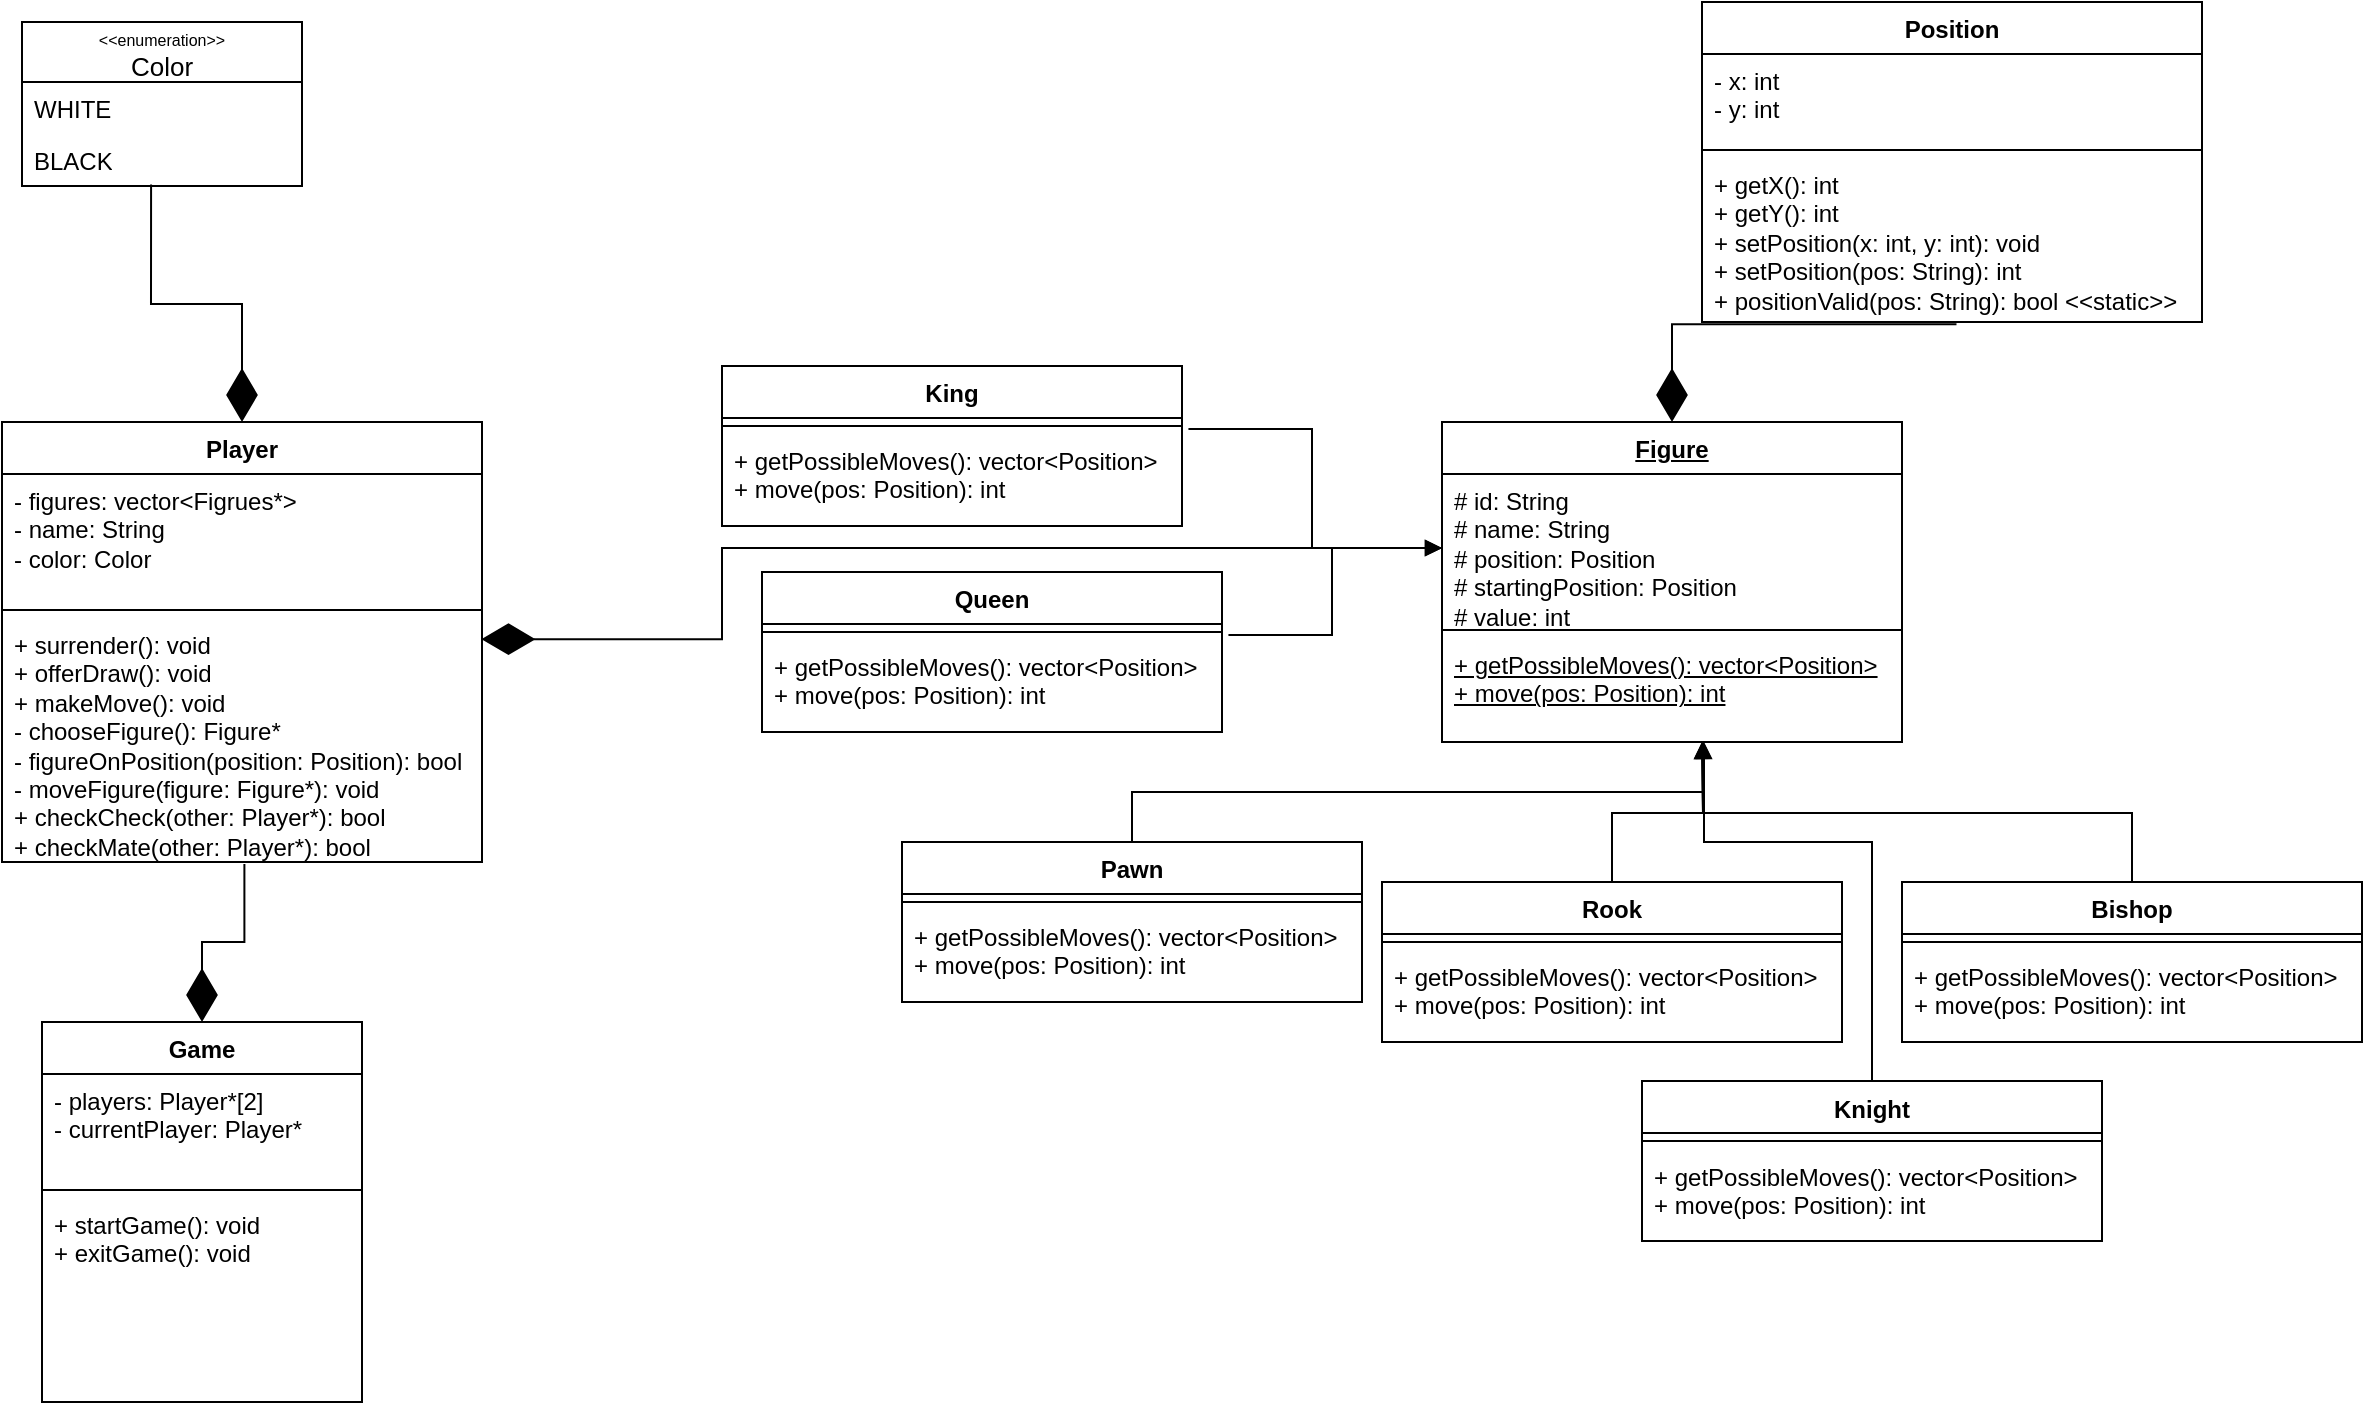
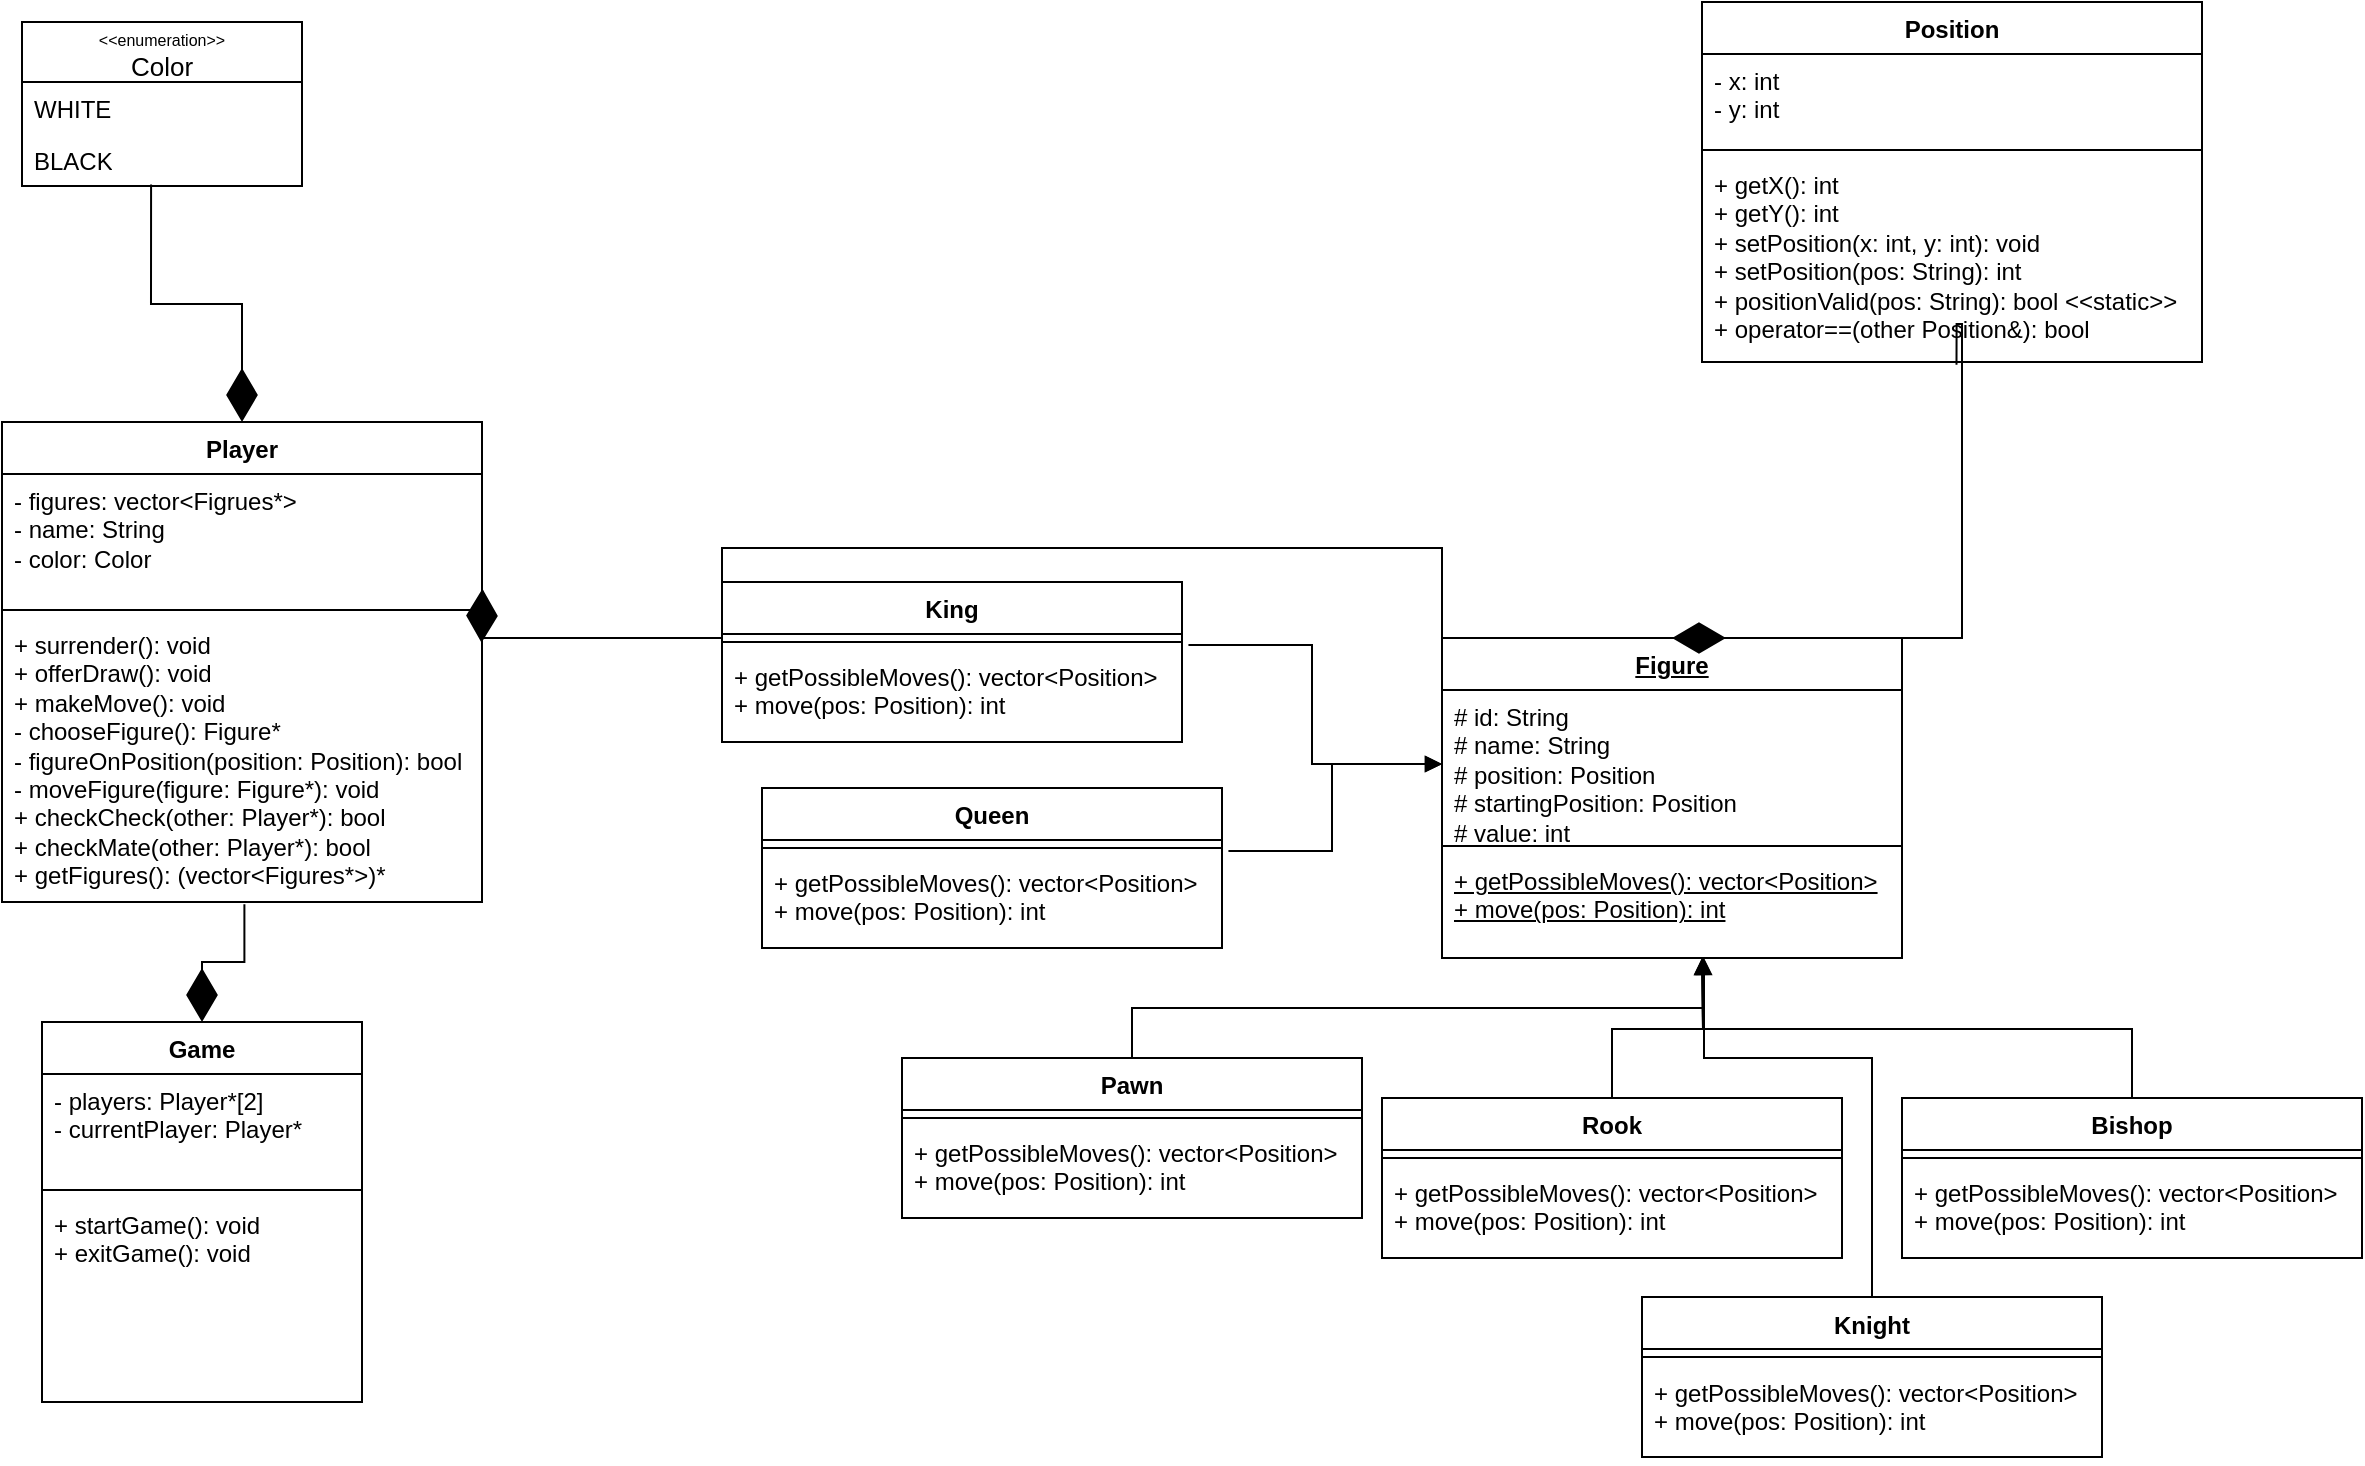
<mxfile host="65bd71144e">
    <diagram name="Seite-1" id="nCow4XG2NqhJep9-Rvd6">
-         <mxGraphModel dx="1264" dy="449" grid="1" gridSize="10" guides="1" tooltips="1" connect="1" arrows="1" fold="1" page="1" pageScale="1" pageWidth="827" pageHeight="1169" math="0" shadow="0">
+         <mxGraphModel dx="1329" dy="516" grid="1" gridSize="10" guides="1" tooltips="1" connect="1" arrows="1" fold="1" page="1" pageScale="1" pageWidth="827" pageHeight="1169" math="0" shadow="0">
            <root>
                <mxCell id="0"/>
                <mxCell id="1" parent="0"/>
                <mxCell id="5yh52Qz2J6MoKP-sfoyT-1" value="&lt;u&gt;Figure&lt;/u&gt;" style="swimlane;fontStyle=1;align=center;verticalAlign=top;childLayout=stackLayout;horizontal=1;startSize=26;horizontalStack=0;resizeParent=1;resizeParentMax=0;resizeLast=0;collapsible=1;marginBottom=0;whiteSpace=wrap;html=1;" parent="1" vertex="1">
-                     <mxGeometry x="320" y="210" width="230" height="160" as="geometry">
+                     <mxGeometry x="320" y="318" width="230" height="160" as="geometry">
                        <mxRectangle x="320" y="210" width="70" height="30" as="alternateBounds"/>
                    </mxGeometry>
                </mxCell>
                <mxCell id="5yh52Qz2J6MoKP-sfoyT-2" value="# id: String&lt;div&gt;# name: String&lt;/div&gt;&lt;div&gt;# position: Position&lt;/div&gt;&lt;div&gt;# startingPosition: Position&lt;/div&gt;&lt;div&gt;# value: int&lt;/div&gt;" style="text;strokeColor=none;fillColor=none;align=left;verticalAlign=top;spacingLeft=4;spacingRight=4;overflow=hidden;rotatable=0;points=[[0,0.5],[1,0.5]];portConstraint=eastwest;whiteSpace=wrap;html=1;" parent="5yh52Qz2J6MoKP-sfoyT-1" vertex="1">
                    <mxGeometry y="26" width="230" height="74" as="geometry"/>
                </mxCell>
                <mxCell id="5yh52Qz2J6MoKP-sfoyT-3" value="" style="line;strokeWidth=1;fillColor=none;align=left;verticalAlign=middle;spacingTop=-1;spacingLeft=3;spacingRight=3;rotatable=0;labelPosition=right;points=[];portConstraint=eastwest;strokeColor=inherit;" parent="5yh52Qz2J6MoKP-sfoyT-1" vertex="1">
                    <mxGeometry y="100" width="230" height="8" as="geometry"/>
                </mxCell>
                <mxCell id="5yh52Qz2J6MoKP-sfoyT-4" value="&lt;u&gt;+ getPossibleMoves(): vector&amp;lt;Position&amp;gt;&lt;/u&gt;&lt;div&gt;&lt;div&gt;&lt;u&gt;+ move(pos: Position): int&lt;/u&gt;&lt;/div&gt;&lt;/div&gt;" style="text;strokeColor=none;fillColor=none;align=left;verticalAlign=top;spacingLeft=4;spacingRight=4;overflow=hidden;rotatable=0;points=[[0,0.5],[1,0.5]];portConstraint=eastwest;whiteSpace=wrap;html=1;" parent="5yh52Qz2J6MoKP-sfoyT-1" vertex="1">
                    <mxGeometry y="108" width="230" height="52" as="geometry"/>
                </mxCell>
                <mxCell id="5yh52Qz2J6MoKP-sfoyT-7" value="Position" style="swimlane;fontStyle=1;align=center;verticalAlign=top;childLayout=stackLayout;horizontal=1;startSize=26;horizontalStack=0;resizeParent=1;resizeParentMax=0;resizeLast=0;collapsible=1;marginBottom=0;whiteSpace=wrap;html=1;" parent="1" vertex="1">
-                     <mxGeometry x="450" width="250" height="160" as="geometry"/>
+                     <mxGeometry x="450" width="250" height="180" as="geometry"/>
                </mxCell>
                <mxCell id="5yh52Qz2J6MoKP-sfoyT-8" value="- x: int&lt;div&gt;- y: int&lt;/div&gt;" style="text;strokeColor=none;fillColor=none;align=left;verticalAlign=top;spacingLeft=4;spacingRight=4;overflow=hidden;rotatable=0;points=[[0,0.5],[1,0.5]];portConstraint=eastwest;whiteSpace=wrap;html=1;" parent="5yh52Qz2J6MoKP-sfoyT-7" vertex="1">
                    <mxGeometry y="26" width="250" height="44" as="geometry"/>
                </mxCell>
                <mxCell id="5yh52Qz2J6MoKP-sfoyT-9" value="" style="line;strokeWidth=1;fillColor=none;align=left;verticalAlign=middle;spacingTop=-1;spacingLeft=3;spacingRight=3;rotatable=0;labelPosition=right;points=[];portConstraint=eastwest;strokeColor=inherit;" parent="5yh52Qz2J6MoKP-sfoyT-7" vertex="1">
                    <mxGeometry y="70" width="250" height="8" as="geometry"/>
                </mxCell>
-                 <mxCell id="5yh52Qz2J6MoKP-sfoyT-10" value="+ getX(): int&lt;div&gt;+ getY(): int&lt;/div&gt;&lt;div&gt;+ setPosition(x: int, y: int): void&lt;/div&gt;&lt;div&gt;+ setPosition(pos: String): int&lt;/div&gt;&lt;div&gt;+ positionValid(pos: String): bool &amp;lt;&amp;lt;static&amp;gt;&amp;gt;&lt;/div&gt;" style="text;strokeColor=none;fillColor=none;align=left;verticalAlign=top;spacingLeft=4;spacingRight=4;overflow=hidden;rotatable=0;points=[[0,0.5],[1,0.5]];portConstraint=eastwest;whiteSpace=wrap;html=1;" parent="5yh52Qz2J6MoKP-sfoyT-7" vertex="1">
-                     <mxGeometry y="78" width="250" height="82" as="geometry"/>
+                 <mxCell id="5yh52Qz2J6MoKP-sfoyT-10" value="+ getX(): int&lt;div&gt;+ getY(): int&lt;/div&gt;&lt;div&gt;+ setPosition(x: int, y: int): void&lt;/div&gt;&lt;div&gt;+ setPosition(pos: String): int&lt;/div&gt;&lt;div&gt;+ positionValid(pos: String): bool &amp;lt;&amp;lt;static&amp;gt;&amp;gt;&lt;/div&gt;&lt;div&gt;+ operator==(other Position&amp;amp;): bool&lt;/div&gt;" style="text;strokeColor=none;fillColor=none;align=left;verticalAlign=top;spacingLeft=4;spacingRight=4;overflow=hidden;rotatable=0;points=[[0,0.5],[1,0.5]];portConstraint=eastwest;whiteSpace=wrap;html=1;" parent="5yh52Qz2J6MoKP-sfoyT-7" vertex="1">
+                     <mxGeometry y="78" width="250" height="102" as="geometry"/>
                </mxCell>
                <mxCell id="5yh52Qz2J6MoKP-sfoyT-13" value="" style="endArrow=diamondThin;endFill=1;endSize=24;html=1;rounded=0;entryX=0.5;entryY=0;entryDx=0;entryDy=0;exitX=0.509;exitY=1.014;exitDx=0;exitDy=0;exitPerimeter=0;edgeStyle=orthogonalEdgeStyle;" parent="1" source="5yh52Qz2J6MoKP-sfoyT-10" target="5yh52Qz2J6MoKP-sfoyT-1" edge="1">
                    <mxGeometry width="160" relative="1" as="geometry">
                        <mxPoint x="450" y="130" as="sourcePoint"/>
                        <mxPoint x="560" y="200" as="targetPoint"/>
+                         <Array as="points">
+                             <mxPoint x="580" y="161"/>
+                             <mxPoint x="580" y="318"/>
+                         </Array>
                    </mxGeometry>
                </mxCell>
                <mxCell id="5yh52Qz2J6MoKP-sfoyT-14" value="Pawn" style="swimlane;fontStyle=1;align=center;verticalAlign=top;childLayout=stackLayout;horizontal=1;startSize=26;horizontalStack=0;resizeParent=1;resizeParentMax=0;resizeLast=0;collapsible=1;marginBottom=0;whiteSpace=wrap;html=1;" parent="1" vertex="1">
-                     <mxGeometry x="50" y="420" width="230" height="80" as="geometry"/>
+                     <mxGeometry x="50" y="528" width="230" height="80" as="geometry"/>
                </mxCell>
                <mxCell id="5yh52Qz2J6MoKP-sfoyT-16" value="" style="line;strokeWidth=1;fillColor=none;align=left;verticalAlign=middle;spacingTop=-1;spacingLeft=3;spacingRight=3;rotatable=0;labelPosition=right;points=[];portConstraint=eastwest;strokeColor=inherit;" parent="5yh52Qz2J6MoKP-sfoyT-14" vertex="1">
                    <mxGeometry y="26" width="230" height="8" as="geometry"/>
                </mxCell>
                <mxCell id="5yh52Qz2J6MoKP-sfoyT-17" value="+ getPossibleMoves(): vector&amp;lt;Position&amp;gt;&lt;div&gt;+ move(pos: Position): int&lt;/div&gt;" style="text;strokeColor=none;fillColor=none;align=left;verticalAlign=top;spacingLeft=4;spacingRight=4;overflow=hidden;rotatable=0;points=[[0,0.5],[1,0.5]];portConstraint=eastwest;whiteSpace=wrap;html=1;" parent="5yh52Qz2J6MoKP-sfoyT-14" vertex="1">
                    <mxGeometry y="34" width="230" height="46" as="geometry"/>
                </mxCell>
                <mxCell id="5yh52Qz2J6MoKP-sfoyT-18" value="" style="endArrow=block;endFill=1;html=1;edgeStyle=orthogonalEdgeStyle;align=left;verticalAlign=top;rounded=0;exitX=0.5;exitY=0;exitDx=0;exitDy=0;entryX=0.568;entryY=0.995;entryDx=0;entryDy=0;entryPerimeter=0;" parent="1" source="5yh52Qz2J6MoKP-sfoyT-14" target="5yh52Qz2J6MoKP-sfoyT-4" edge="1">
                    <mxGeometry x="-1" relative="1" as="geometry">
                        <mxPoint as="offset"/>
-                         <mxPoint x="190" y="430" as="sourcePoint"/>
-                         <mxPoint x="350" y="430" as="targetPoint"/>
+                         <mxPoint x="190" y="538" as="sourcePoint"/>
+                         <mxPoint x="350" y="538" as="targetPoint"/>
                    </mxGeometry>
                </mxCell>
                <mxCell id="5yh52Qz2J6MoKP-sfoyT-20" value="Rook" style="swimlane;fontStyle=1;align=center;verticalAlign=top;childLayout=stackLayout;horizontal=1;startSize=26;horizontalStack=0;resizeParent=1;resizeParentMax=0;resizeLast=0;collapsible=1;marginBottom=0;whiteSpace=wrap;html=1;" parent="1" vertex="1">
-                     <mxGeometry x="290" y="440" width="230" height="80" as="geometry"/>
+                     <mxGeometry x="290" y="548" width="230" height="80" as="geometry"/>
                </mxCell>
                <mxCell id="5yh52Qz2J6MoKP-sfoyT-21" value="" style="line;strokeWidth=1;fillColor=none;align=left;verticalAlign=middle;spacingTop=-1;spacingLeft=3;spacingRight=3;rotatable=0;labelPosition=right;points=[];portConstraint=eastwest;strokeColor=inherit;" parent="5yh52Qz2J6MoKP-sfoyT-20" vertex="1">
                    <mxGeometry y="26" width="230" height="8" as="geometry"/>
                </mxCell>
                <mxCell id="5yh52Qz2J6MoKP-sfoyT-22" value="+ getPossibleMoves(): vector&amp;lt;Position&amp;gt;&lt;div&gt;+ move(pos: Position): int&lt;/div&gt;" style="text;strokeColor=none;fillColor=none;align=left;verticalAlign=top;spacingLeft=4;spacingRight=4;overflow=hidden;rotatable=0;points=[[0,0.5],[1,0.5]];portConstraint=eastwest;whiteSpace=wrap;html=1;" parent="5yh52Qz2J6MoKP-sfoyT-20" vertex="1">
                    <mxGeometry y="34" width="230" height="46" as="geometry"/>
                </mxCell>
                <mxCell id="5yh52Qz2J6MoKP-sfoyT-23" value="" style="endArrow=block;endFill=1;html=1;edgeStyle=orthogonalEdgeStyle;align=left;verticalAlign=top;rounded=0;exitX=0.5;exitY=0;exitDx=0;exitDy=0;" parent="1" source="5yh52Qz2J6MoKP-sfoyT-20" edge="1">
                    <mxGeometry x="-1" relative="1" as="geometry">
                        <mxPoint as="offset"/>
-                         <mxPoint x="420" y="515" as="sourcePoint"/>
-                         <mxPoint x="450" y="370" as="targetPoint"/>
+                         <mxPoint x="420" y="623" as="sourcePoint"/>
+                         <mxPoint x="450" y="478" as="targetPoint"/>
                    </mxGeometry>
                </mxCell>
                <mxCell id="5yh52Qz2J6MoKP-sfoyT-24" value="Bishop" style="swimlane;fontStyle=1;align=center;verticalAlign=top;childLayout=stackLayout;horizontal=1;startSize=26;horizontalStack=0;resizeParent=1;resizeParentMax=0;resizeLast=0;collapsible=1;marginBottom=0;whiteSpace=wrap;html=1;" parent="1" vertex="1">
-                     <mxGeometry x="550" y="440" width="230" height="80" as="geometry"/>
+                     <mxGeometry x="550" y="548" width="230" height="80" as="geometry"/>
                </mxCell>
                <mxCell id="5yh52Qz2J6MoKP-sfoyT-25" value="" style="line;strokeWidth=1;fillColor=none;align=left;verticalAlign=middle;spacingTop=-1;spacingLeft=3;spacingRight=3;rotatable=0;labelPosition=right;points=[];portConstraint=eastwest;strokeColor=inherit;" parent="5yh52Qz2J6MoKP-sfoyT-24" vertex="1">
                    <mxGeometry y="26" width="230" height="8" as="geometry"/>
                </mxCell>
                <mxCell id="5yh52Qz2J6MoKP-sfoyT-26" value="+ getPossibleMoves(): vector&amp;lt;Position&amp;gt;&lt;div&gt;+ move(pos: Position): int&lt;/div&gt;" style="text;strokeColor=none;fillColor=none;align=left;verticalAlign=top;spacingLeft=4;spacingRight=4;overflow=hidden;rotatable=0;points=[[0,0.5],[1,0.5]];portConstraint=eastwest;whiteSpace=wrap;html=1;" parent="5yh52Qz2J6MoKP-sfoyT-24" vertex="1">
                    <mxGeometry y="34" width="230" height="46" as="geometry"/>
                </mxCell>
                <mxCell id="5yh52Qz2J6MoKP-sfoyT-27" value="" style="endArrow=block;endFill=1;html=1;edgeStyle=orthogonalEdgeStyle;align=left;verticalAlign=top;rounded=0;exitX=0.5;exitY=0;exitDx=0;exitDy=0;" parent="1" source="5yh52Qz2J6MoKP-sfoyT-24" edge="1">
                    <mxGeometry x="-1" relative="1" as="geometry">
                        <mxPoint as="offset"/>
-                         <mxPoint x="570" y="615" as="sourcePoint"/>
-                         <mxPoint x="450" y="370" as="targetPoint"/>
+                         <mxPoint x="570" y="723" as="sourcePoint"/>
+                         <mxPoint x="450" y="478" as="targetPoint"/>
                    </mxGeometry>
                </mxCell>
                <mxCell id="5yh52Qz2J6MoKP-sfoyT-28" value="Knight" style="swimlane;fontStyle=1;align=center;verticalAlign=top;childLayout=stackLayout;horizontal=1;startSize=26;horizontalStack=0;resizeParent=1;resizeParentMax=0;resizeLast=0;collapsible=1;marginBottom=0;whiteSpace=wrap;html=1;" parent="1" vertex="1">
-                     <mxGeometry x="420" y="539.5500000000001" width="230" height="80" as="geometry"/>
+                     <mxGeometry x="420" y="647.5500000000001" width="230" height="80" as="geometry"/>
                </mxCell>
                <mxCell id="5yh52Qz2J6MoKP-sfoyT-29" value="" style="line;strokeWidth=1;fillColor=none;align=left;verticalAlign=middle;spacingTop=-1;spacingLeft=3;spacingRight=3;rotatable=0;labelPosition=right;points=[];portConstraint=eastwest;strokeColor=inherit;" parent="5yh52Qz2J6MoKP-sfoyT-28" vertex="1">
                    <mxGeometry y="26" width="230" height="8" as="geometry"/>
                </mxCell>
                <mxCell id="5yh52Qz2J6MoKP-sfoyT-30" value="+ getPossibleMoves(): vector&amp;lt;Position&amp;gt;&lt;div&gt;+ move(pos: Position): int&lt;/div&gt;" style="text;strokeColor=none;fillColor=none;align=left;verticalAlign=top;spacingLeft=4;spacingRight=4;overflow=hidden;rotatable=0;points=[[0,0.5],[1,0.5]];portConstraint=eastwest;whiteSpace=wrap;html=1;" parent="5yh52Qz2J6MoKP-sfoyT-28" vertex="1">
                    <mxGeometry y="34" width="230" height="46" as="geometry"/>
                </mxCell>
                <mxCell id="5yh52Qz2J6MoKP-sfoyT-32" value="" style="endArrow=block;endFill=1;html=1;edgeStyle=orthogonalEdgeStyle;align=left;verticalAlign=top;rounded=0;exitX=0.5;exitY=0;exitDx=0;exitDy=0;" parent="1" source="5yh52Qz2J6MoKP-sfoyT-28" edge="1">
                    <mxGeometry x="-1" relative="1" as="geometry">
                        <Array as="points">
-                             <mxPoint x="535" y="420"/>
-                             <mxPoint x="451" y="420"/>
-                         </Array>
-                         <mxPoint x="420" y="520" as="sourcePoint"/>
-                         <mxPoint x="451" y="370" as="targetPoint"/>
+                             <mxPoint x="535" y="528"/>
+                             <mxPoint x="451" y="528"/>
+                         </Array>
+                         <mxPoint x="420" y="628" as="sourcePoint"/>
+                         <mxPoint x="451" y="478" as="targetPoint"/>
                    </mxGeometry>
                </mxCell>
                <mxCell id="5yh52Qz2J6MoKP-sfoyT-34" value="Queen" style="swimlane;fontStyle=1;align=center;verticalAlign=top;childLayout=stackLayout;horizontal=1;startSize=26;horizontalStack=0;resizeParent=1;resizeParentMax=0;resizeLast=0;collapsible=1;marginBottom=0;whiteSpace=wrap;html=1;" parent="1" vertex="1">
-                     <mxGeometry x="-20" y="285" width="230" height="80" as="geometry"/>
+                     <mxGeometry x="-20" y="393" width="230" height="80" as="geometry"/>
                </mxCell>
                <mxCell id="5yh52Qz2J6MoKP-sfoyT-35" value="" style="line;strokeWidth=1;fillColor=none;align=left;verticalAlign=middle;spacingTop=-1;spacingLeft=3;spacingRight=3;rotatable=0;labelPosition=right;points=[];portConstraint=eastwest;strokeColor=inherit;" parent="5yh52Qz2J6MoKP-sfoyT-34" vertex="1">
                    <mxGeometry y="26" width="230" height="8" as="geometry"/>
                </mxCell>
                <mxCell id="5yh52Qz2J6MoKP-sfoyT-36" value="+ getPossibleMoves(): vector&amp;lt;Position&amp;gt;&lt;div&gt;+ move(pos: Position): int&lt;/div&gt;" style="text;strokeColor=none;fillColor=none;align=left;verticalAlign=top;spacingLeft=4;spacingRight=4;overflow=hidden;rotatable=0;points=[[0,0.5],[1,0.5]];portConstraint=eastwest;whiteSpace=wrap;html=1;" parent="5yh52Qz2J6MoKP-sfoyT-34" vertex="1">
                    <mxGeometry y="34" width="230" height="46" as="geometry"/>
                </mxCell>
                <mxCell id="5yh52Qz2J6MoKP-sfoyT-37" value="" style="endArrow=block;endFill=1;html=1;edgeStyle=orthogonalEdgeStyle;align=left;verticalAlign=top;rounded=0;exitX=1.014;exitY=-0.054;exitDx=0;exitDy=0;entryX=0;entryY=0.5;entryDx=0;entryDy=0;exitPerimeter=0;" parent="1" source="5yh52Qz2J6MoKP-sfoyT-36" target="5yh52Qz2J6MoKP-sfoyT-2" edge="1">
                    <mxGeometry x="-1" relative="1" as="geometry">
                        <mxPoint as="offset"/>
-                         <mxPoint y="460" as="sourcePoint"/>
-                         <mxPoint x="-120" y="205" as="targetPoint"/>
+                         <mxPoint y="568" as="sourcePoint"/>
+                         <mxPoint x="-120" y="313" as="targetPoint"/>
                    </mxGeometry>
                </mxCell>
                <mxCell id="5yh52Qz2J6MoKP-sfoyT-38" value="King" style="swimlane;fontStyle=1;align=center;verticalAlign=top;childLayout=stackLayout;horizontal=1;startSize=26;horizontalStack=0;resizeParent=1;resizeParentMax=0;resizeLast=0;collapsible=1;marginBottom=0;whiteSpace=wrap;html=1;" parent="1" vertex="1">
-                     <mxGeometry x="-40" y="182" width="230" height="80" as="geometry"/>
+                     <mxGeometry x="-40" y="290" width="230" height="80" as="geometry"/>
                </mxCell>
                <mxCell id="5yh52Qz2J6MoKP-sfoyT-39" value="" style="line;strokeWidth=1;fillColor=none;align=left;verticalAlign=middle;spacingTop=-1;spacingLeft=3;spacingRight=3;rotatable=0;labelPosition=right;points=[];portConstraint=eastwest;strokeColor=inherit;" parent="5yh52Qz2J6MoKP-sfoyT-38" vertex="1">
                    <mxGeometry y="26" width="230" height="8" as="geometry"/>
                </mxCell>
                <mxCell id="5yh52Qz2J6MoKP-sfoyT-40" value="+ getPossibleMoves(): vector&amp;lt;Position&amp;gt;&lt;div&gt;+ move(pos: Position): int&lt;/div&gt;" style="text;strokeColor=none;fillColor=none;align=left;verticalAlign=top;spacingLeft=4;spacingRight=4;overflow=hidden;rotatable=0;points=[[0,0.5],[1,0.5]];portConstraint=eastwest;whiteSpace=wrap;html=1;" parent="5yh52Qz2J6MoKP-sfoyT-38" vertex="1">
                    <mxGeometry y="34" width="230" height="46" as="geometry"/>
                </mxCell>
                <mxCell id="5yh52Qz2J6MoKP-sfoyT-41" value="" style="endArrow=block;endFill=1;html=1;edgeStyle=orthogonalEdgeStyle;align=left;verticalAlign=top;rounded=0;exitX=1.014;exitY=-0.054;exitDx=0;exitDy=0;entryX=0;entryY=0.5;entryDx=0;entryDy=0;exitPerimeter=0;" parent="1" source="5yh52Qz2J6MoKP-sfoyT-40" target="5yh52Qz2J6MoKP-sfoyT-2" edge="1">
                    <mxGeometry x="-1" relative="1" as="geometry">
                        <mxPoint as="offset"/>
                        <mxPoint x="-20" y="357" as="sourcePoint"/>
                        <mxPoint x="300" y="170" as="targetPoint"/>
                    </mxGeometry>
                </mxCell>
                <mxCell id="5yh52Qz2J6MoKP-sfoyT-42" value="Player" style="swimlane;fontStyle=1;align=center;verticalAlign=top;childLayout=stackLayout;horizontal=1;startSize=26;horizontalStack=0;resizeParent=1;resizeParentMax=0;resizeLast=0;collapsible=1;marginBottom=0;whiteSpace=wrap;html=1;" parent="1" vertex="1">
-                     <mxGeometry x="-400" y="210" width="240" height="220" as="geometry"/>
+                     <mxGeometry x="-400" y="210" width="240" height="240" as="geometry"/>
                </mxCell>
                <mxCell id="5yh52Qz2J6MoKP-sfoyT-43" value="- figures: vector&amp;lt;Figrues*&amp;gt;&lt;div&gt;- name: String&lt;/div&gt;&lt;div&gt;- color: Color&lt;/div&gt;" style="text;strokeColor=none;fillColor=none;align=left;verticalAlign=top;spacingLeft=4;spacingRight=4;overflow=hidden;rotatable=0;points=[[0,0.5],[1,0.5]];portConstraint=eastwest;whiteSpace=wrap;html=1;" parent="5yh52Qz2J6MoKP-sfoyT-42" vertex="1">
                    <mxGeometry y="26" width="240" height="64" as="geometry"/>
                </mxCell>
                <mxCell id="5yh52Qz2J6MoKP-sfoyT-44" value="" style="line;strokeWidth=1;fillColor=none;align=left;verticalAlign=middle;spacingTop=-1;spacingLeft=3;spacingRight=3;rotatable=0;labelPosition=right;points=[];portConstraint=eastwest;strokeColor=inherit;" parent="5yh52Qz2J6MoKP-sfoyT-42" vertex="1">
                    <mxGeometry y="90" width="240" height="8" as="geometry"/>
                </mxCell>
-                 <mxCell id="5yh52Qz2J6MoKP-sfoyT-45" value="+ surrender(): void&lt;div&gt;+ offerDraw(): void&lt;/div&gt;&lt;div&gt;+ makeMove(): void&lt;/div&gt;&lt;div&gt;- chooseFigure(): Figure*&lt;/div&gt;&lt;div&gt;- figureOnPosition(position: Position): bool&lt;/div&gt;&lt;div&gt;- moveFigure(figure: Figure*): void&lt;br&gt;&lt;/div&gt;&lt;div&gt;+ checkCheck(other: Player*): bool&lt;/div&gt;&lt;div&gt;+ checkMate(other: Player*): bool&lt;/div&gt;" style="text;strokeColor=none;fillColor=none;align=left;verticalAlign=top;spacingLeft=4;spacingRight=4;overflow=hidden;rotatable=0;points=[[0,0.5],[1,0.5]];portConstraint=eastwest;whiteSpace=wrap;html=1;" parent="5yh52Qz2J6MoKP-sfoyT-42" vertex="1">
-                     <mxGeometry y="98" width="240" height="122" as="geometry"/>
+                 <mxCell id="5yh52Qz2J6MoKP-sfoyT-45" value="+ surrender(): void&lt;div&gt;+ offerDraw(): void&lt;/div&gt;&lt;div&gt;+ makeMove(): void&lt;/div&gt;&lt;div&gt;- chooseFigure(): Figure*&lt;/div&gt;&lt;div&gt;- figureOnPosition(position: Position): bool&lt;/div&gt;&lt;div&gt;- moveFigure(figure: Figure*): void&lt;br&gt;&lt;/div&gt;&lt;div&gt;+ checkCheck(other: Player*): bool&lt;/div&gt;&lt;div&gt;+ checkMate(other: Player*): bool&lt;/div&gt;&lt;div&gt;+ getFigures(): (vector&amp;lt;Figures*&amp;gt;)*&lt;/div&gt;" style="text;strokeColor=none;fillColor=none;align=left;verticalAlign=top;spacingLeft=4;spacingRight=4;overflow=hidden;rotatable=0;points=[[0,0.5],[1,0.5]];portConstraint=eastwest;whiteSpace=wrap;html=1;" parent="5yh52Qz2J6MoKP-sfoyT-42" vertex="1">
+                     <mxGeometry y="98" width="240" height="142" as="geometry"/>
                </mxCell>
                <mxCell id="5yh52Qz2J6MoKP-sfoyT-46" value="&lt;font style=&quot;font-size: 8px;&quot;&gt;&amp;lt;&amp;lt;enumeration&amp;gt;&amp;gt;&lt;/font&gt;&lt;div&gt;&lt;font style=&quot;font-size: 13px;&quot;&gt;Color&lt;/font&gt;&lt;/div&gt;" style="swimlane;fontStyle=0;childLayout=stackLayout;horizontal=1;startSize=30;fillColor=none;horizontalStack=0;resizeParent=1;resizeParentMax=0;resizeLast=0;collapsible=1;marginBottom=0;whiteSpace=wrap;html=1;" parent="1" vertex="1">
                    <mxGeometry x="-390" y="10" width="140" height="82" as="geometry"/>
                </mxCell>
                <mxCell id="5yh52Qz2J6MoKP-sfoyT-47" value="WHITE" style="text;strokeColor=none;fillColor=none;align=left;verticalAlign=top;spacingLeft=4;spacingRight=4;overflow=hidden;rotatable=0;points=[[0,0.5],[1,0.5]];portConstraint=eastwest;whiteSpace=wrap;html=1;" parent="5yh52Qz2J6MoKP-sfoyT-46" vertex="1">
                    <mxGeometry y="30" width="140" height="26" as="geometry"/>
                </mxCell>
                <mxCell id="5yh52Qz2J6MoKP-sfoyT-48" value="BLACK" style="text;strokeColor=none;fillColor=none;align=left;verticalAlign=top;spacingLeft=4;spacingRight=4;overflow=hidden;rotatable=0;points=[[0,0.5],[1,0.5]];portConstraint=eastwest;whiteSpace=wrap;html=1;" parent="5yh52Qz2J6MoKP-sfoyT-46" vertex="1">
                    <mxGeometry y="56" width="140" height="26" as="geometry"/>
                </mxCell>
                <mxCell id="5yh52Qz2J6MoKP-sfoyT-50" value="" style="endArrow=diamondThin;endFill=1;endSize=24;html=1;rounded=0;entryX=0.5;entryY=0;entryDx=0;entryDy=0;exitX=0.461;exitY=0.973;exitDx=0;exitDy=0;exitPerimeter=0;edgeStyle=orthogonalEdgeStyle;" parent="1" source="5yh52Qz2J6MoKP-sfoyT-48" target="5yh52Qz2J6MoKP-sfoyT-42" edge="1">
                    <mxGeometry width="160" relative="1" as="geometry">
                        <mxPoint x="-340" y="180" as="sourcePoint"/>
                        <mxPoint x="-180" y="180" as="targetPoint"/>
                    </mxGeometry>
                </mxCell>
                <mxCell id="5yh52Qz2J6MoKP-sfoyT-51" value="Game" style="swimlane;fontStyle=1;align=center;verticalAlign=top;childLayout=stackLayout;horizontal=1;startSize=26;horizontalStack=0;resizeParent=1;resizeParentMax=0;resizeLast=0;collapsible=1;marginBottom=0;whiteSpace=wrap;html=1;" parent="1" vertex="1">
                    <mxGeometry x="-380" y="510" width="160" height="190" as="geometry"/>
                </mxCell>
                <mxCell id="5yh52Qz2J6MoKP-sfoyT-52" value="- players: Player*[2]&lt;div&gt;- currentPlayer: Player*&lt;/div&gt;&lt;div&gt;&lt;br&gt;&lt;/div&gt;" style="text;strokeColor=none;fillColor=none;align=left;verticalAlign=top;spacingLeft=4;spacingRight=4;overflow=hidden;rotatable=0;points=[[0,0.5],[1,0.5]];portConstraint=eastwest;whiteSpace=wrap;html=1;" parent="5yh52Qz2J6MoKP-sfoyT-51" vertex="1">
                    <mxGeometry y="26" width="160" height="54" as="geometry"/>
                </mxCell>
                <mxCell id="5yh52Qz2J6MoKP-sfoyT-53" value="" style="line;strokeWidth=1;fillColor=none;align=left;verticalAlign=middle;spacingTop=-1;spacingLeft=3;spacingRight=3;rotatable=0;labelPosition=right;points=[];portConstraint=eastwest;strokeColor=inherit;" parent="5yh52Qz2J6MoKP-sfoyT-51" vertex="1">
                    <mxGeometry y="80" width="160" height="8" as="geometry"/>
                </mxCell>
                <mxCell id="5yh52Qz2J6MoKP-sfoyT-54" value="+ startGame(): void&lt;div&gt;+ exitGame(): void&lt;/div&gt;&lt;div&gt;&lt;br&gt;&lt;/div&gt;" style="text;strokeColor=none;fillColor=none;align=left;verticalAlign=top;spacingLeft=4;spacingRight=4;overflow=hidden;rotatable=0;points=[[0,0.5],[1,0.5]];portConstraint=eastwest;whiteSpace=wrap;html=1;" parent="5yh52Qz2J6MoKP-sfoyT-51" vertex="1">
                    <mxGeometry y="88" width="160" height="102" as="geometry"/>
                </mxCell>
                <mxCell id="5yh52Qz2J6MoKP-sfoyT-55" value="" style="endArrow=diamondThin;endFill=1;endSize=24;html=1;rounded=0;exitX=0;exitY=0.5;exitDx=0;exitDy=0;edgeStyle=orthogonalEdgeStyle;entryX=0.999;entryY=0.087;entryDx=0;entryDy=0;entryPerimeter=0;" parent="1" source="5yh52Qz2J6MoKP-sfoyT-2" edge="1" target="5yh52Qz2J6MoKP-sfoyT-45">
                    <mxGeometry width="160" relative="1" as="geometry">
                        <Array as="points">
                            <mxPoint x="-40" y="273"/>
                            <mxPoint x="-40" y="318"/>
                        </Array>
                        <mxPoint x="290" y="310" as="sourcePoint"/>
                        <mxPoint x="-200" y="300" as="targetPoint"/>
                    </mxGeometry>
                </mxCell>
                <mxCell id="5yh52Qz2J6MoKP-sfoyT-56" value="" style="endArrow=diamondThin;endFill=1;endSize=24;html=1;rounded=0;entryX=0.5;entryY=0;entryDx=0;entryDy=0;exitX=0.505;exitY=1.008;exitDx=0;exitDy=0;exitPerimeter=0;edgeStyle=orthogonalEdgeStyle;" parent="1" source="5yh52Qz2J6MoKP-sfoyT-45" target="5yh52Qz2J6MoKP-sfoyT-51" edge="1">
                    <mxGeometry width="160" relative="1" as="geometry">
                        <mxPoint x="-270" y="590" as="sourcePoint"/>
                        <mxPoint x="-110" y="590" as="targetPoint"/>
+                         <Array as="points">
+                             <mxPoint x="-279" y="480"/>
+                             <mxPoint x="-300" y="480"/>
+                         </Array>
                    </mxGeometry>
                </mxCell>
            </root>
        </mxGraphModel>
    </diagram>
</mxfile>